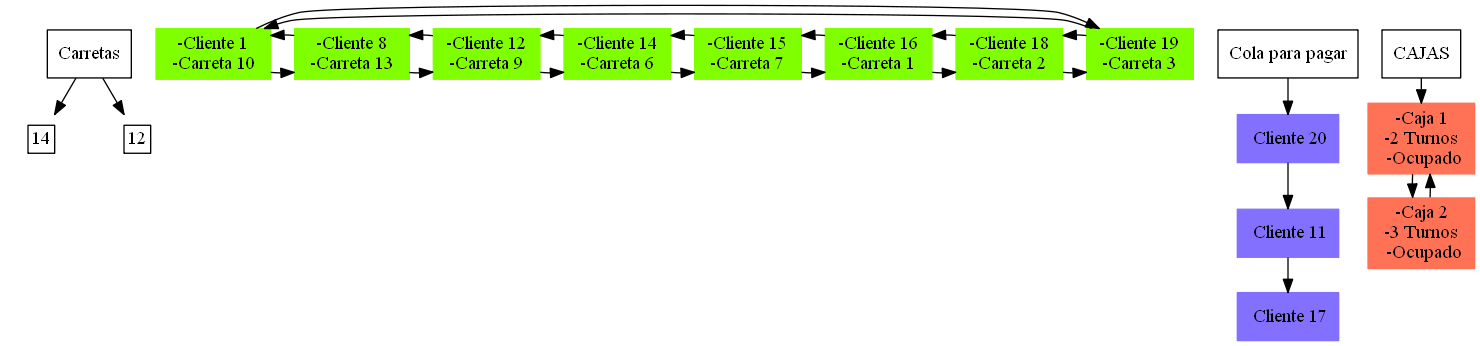
Cascarus/-EDD-Practica1_201603127 keeps this Graphviz diagram as [EDD]Practica1_201603127/Practica_1.png. Above is the earlier version. Its source is kept beside it as [EDD]Practica1_201603127/Practica_1.dot.
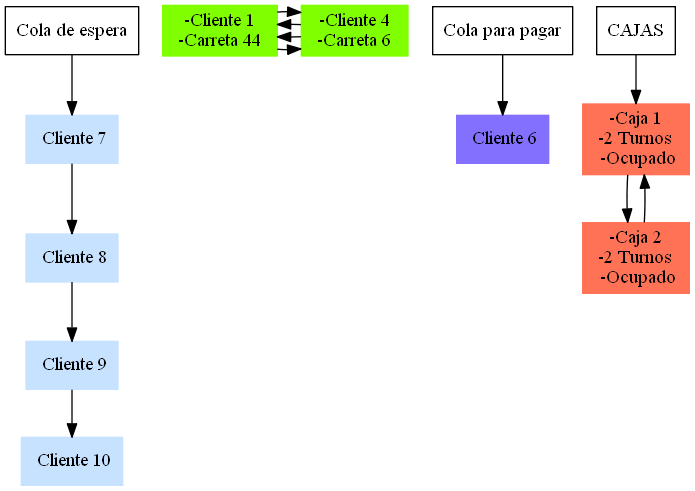
The same file after the commit.

Diff of the diagram source:
```diff
@@ -1,76 +1,37 @@
 digraph {
+subgraph Cola_Espera{
+	NodeCliente_7->NodeCliente_8;
+
+ 	NodeCliente_7[shape=box,style=filled,color=slategray1  , label = " Cliente 7"]
+	NodeCliente_8->NodeCliente_9;
+
+ 	NodeCliente_8[shape=box,style=filled,color=slategray1  , label = " Cliente 8"]
+	NodeCliente_9->NodeCliente_10;
+
+ 	NodeCliente_9[shape=box,style=filled,color=slategray1  , label = " Cliente 9"]
+
+ 	NodeCliente_10[shape=box,style=filled,color=slategray1  , label = " Cliente 10"]
+Nodo_Tcola1->NodeCliente_7
+Nodo_Tcola1[shape = box, label = "Cola de espera"]
+}
 subgraph Pilas_Carretas{
-graph[pad="0.1", nodesep="0.15", ranksep="1"];
- node [shape=none]
- rankdir=LR;
- car1 [label=<
- <table border="0" cellborder="1" cellspacing="0">
-<tr><td>14</td></tr>
-</table>>];
-Nodo_Tcarretas [shape=box, label = "Carretas"]
-Nodo_Tcarretas -> car1
-graph[pad="0.1", nodesep="0.15", ranksep="1"];
- node [shape=none]
- rankdir=LR;
- car2 [label=<
- <table border="0" cellborder="1" cellspacing="0">
-<tr><td>12</td></tr>
-</table>>];
-Nodo_Tcarretas [shape=box, label = "Carretas"]
-Nodo_Tcarretas -> car2
 }
 subgraph Compras{
-	NodeCompra_0->NodeCompra_7[constraint=false];
-	NodeCompra_0->NodeCompra_7[dir=back, constraint=false];
+	NodeCompra_0->NodeCompra_3[constraint=false];
+	NodeCompra_0->NodeCompra_3[dir=back, constraint=false];
 
  	NodeCompra_0[shape=box,style=filled,color=chartreuse1  , label = "-Cliente 1
- -Carreta 10 "]
-	NodeCompra_7->NodeCompra_11[constraint=false];
-	NodeCompra_7->NodeCompra_11[dir=back, constraint=false];
+ -Carreta 44 "]
+	NodeCompra_3->NodeCompra_0[constraint=false];
+	NodeCompra_3->NodeCompra_0[dir=back, constraint=false];
 
- 	NodeCompra_7[shape=box,style=filled,color=chartreuse1  , label = "-Cliente 8
- -Carreta 13 "]
-	NodeCompra_11->NodeCompra_13[constraint=false];
-	NodeCompra_11->NodeCompra_13[dir=back, constraint=false];
-
- 	NodeCompra_11[shape=box,style=filled,color=chartreuse1  , label = "-Cliente 12
- -Carreta 9 "]
-	NodeCompra_13->NodeCompra_14[constraint=false];
-	NodeCompra_13->NodeCompra_14[dir=back, constraint=false];
-
- 	NodeCompra_13[shape=box,style=filled,color=chartreuse1  , label = "-Cliente 14
+ 	NodeCompra_3[shape=box,style=filled,color=chartreuse1  , label = "-Cliente 4
  -Carreta 6 "]
-	NodeCompra_14->NodeCompra_15[constraint=false];
-	NodeCompra_14->NodeCompra_15[dir=back, constraint=false];
-
- 	NodeCompra_14[shape=box,style=filled,color=chartreuse1  , label = "-Cliente 15
- -Carreta 7 "]
-	NodeCompra_15->NodeCompra_17[constraint=false];
-	NodeCompra_15->NodeCompra_17[dir=back, constraint=false];
-
- 	NodeCompra_15[shape=box,style=filled,color=chartreuse1  , label = "-Cliente 16
- -Carreta 1 "]
-	NodeCompra_17->NodeCompra_18[constraint=false];
-	NodeCompra_17->NodeCompra_18[dir=back, constraint=false];
-
- 	NodeCompra_17[shape=box,style=filled,color=chartreuse1  , label = "-Cliente 18
- -Carreta 2 "]
-	NodeCompra_18->NodeCompra_0[constraint=false];
-	NodeCompra_18->NodeCompra_0[dir=back, constraint=false];
-
- 	NodeCompra_18[shape=box,style=filled,color=chartreuse1  , label = "-Cliente 19
- -Carreta 3 "]
 }
 subgraph Pago{
-	NodePagar_20->NodePagar_11;
 
- 	NodePagar_20[shape=box,style=filled,color=lightslateblue  , label = " Cliente 20"]
-	NodePagar_11->NodePagar_17;
-
- 	NodePagar_11[shape=box,style=filled,color=lightslateblue  , label = " Cliente 11"]
-
- 	NodePagar_17[shape=box,style=filled,color=lightslateblue  , label = " Cliente 17"]
-Nodo_Tcola2->NodePagar_20
+ 	NodePagar_6[shape=box,style=filled,color=lightslateblue  , label = " Cliente 6"]
+Nodo_Tcola2->NodePagar_6
 Nodo_Tcola2[shape = box, label = "Cola para pagar"]
 }
 subgraph Cajas{
@@ -82,7 +43,7 @@
  -Ocupado"]
 
  	NodeCaja_2[shape=box,style=filled,color=coral1  , label = "-Caja 2
- -3 Turnos
+ -2 Turnos
  -Ocupado"]
 Nodo_Tcajas->NodeCaja_1
 Nodo_Tcajas[shape = box, label = "CAJAS"]
```
